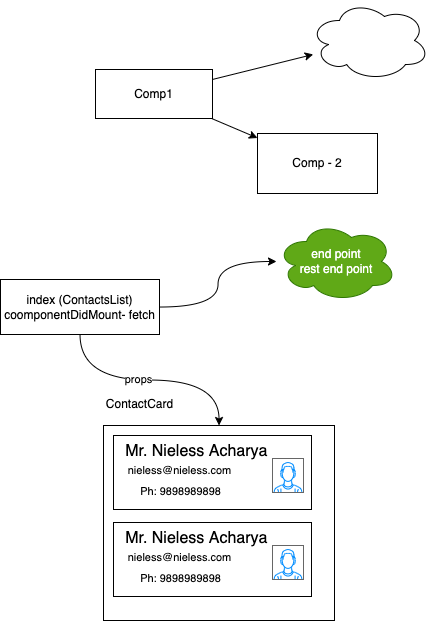
Above: images/day19.drawio.png in adithnaveen/2022-jul-asde-jfs-sapient (draw.io), before the change. Source tidied: cells renumbered, new cells last; positions are measured from the earlier drawing's top-left corner, leaving out a move shared by most shapes.
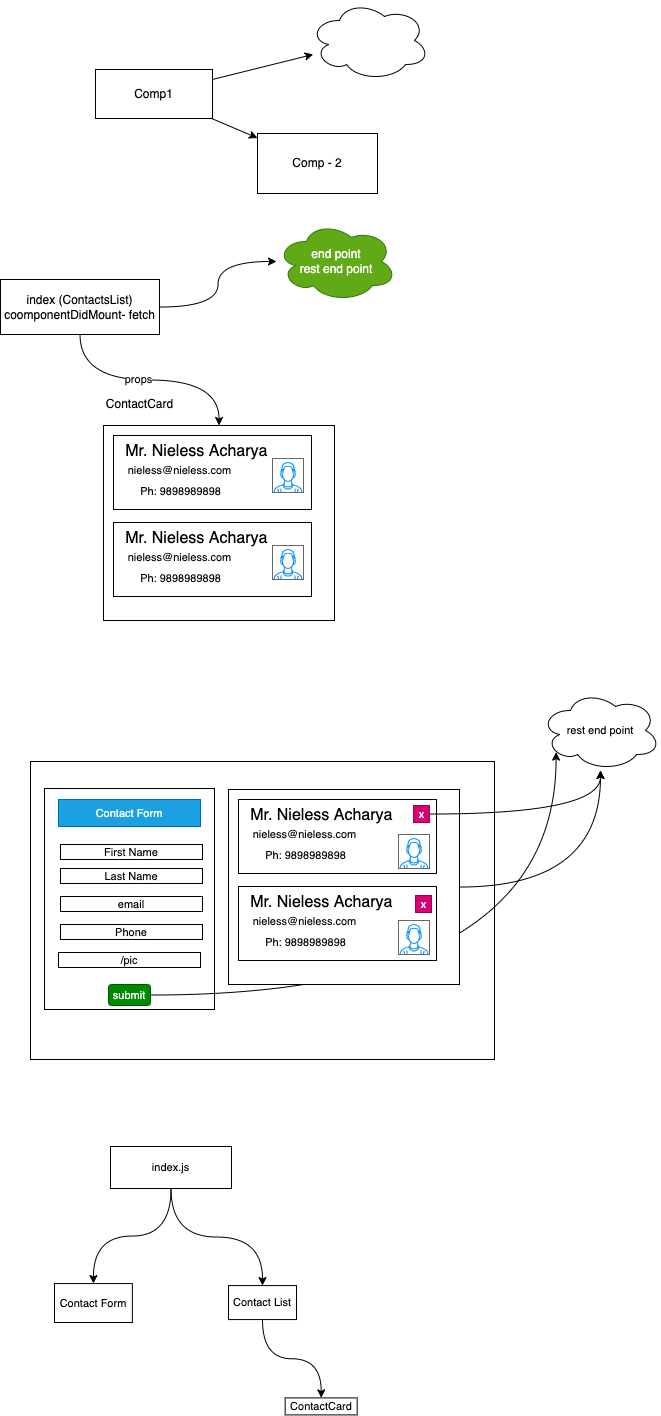
After the commit.

Diff of the diagram source:
```diff
@@ -68,5 +68,104 @@
     <mxCell id="23" style="verticalLabelPosition=bottom;shadow=0;dashed=0;align=center;html=1;verticalAlign=top;strokeWidth=1;shape=mxgraph.mockup.containers.userMale;strokeColor=#666666;strokeColor2=#008cff;fontSize=11;" parent="1" vertex="1">
       <mxGeometry x="272" y="545" width="31" height="34" as="geometry" />
     </mxCell>
+    <mxCell id="24" style="rounded=0;whiteSpace=wrap;html=1;fontSize=11;" parent="1" vertex="1">
+      <mxGeometry x="30" y="761" width="464" height="298" as="geometry" />
+    </mxCell>
+    <mxCell id="25" style="rounded=0;whiteSpace=wrap;html=1;fontSize=11;" parent="1" vertex="1">
+      <mxGeometry x="44" y="788" width="170" height="221" as="geometry" />
+    </mxCell>
+    <mxCell id="26" value="Contact Form" style="rounded=0;whiteSpace=wrap;html=1;fontSize=11;fillColor=#1ba1e2;fontColor=#ffffff;strokeColor=#006EAF;" parent="1" vertex="1">
+      <mxGeometry x="58" y="799" width="142" height="27" as="geometry" />
+    </mxCell>
+    <mxCell id="27" value="First Name" style="rounded=0;whiteSpace=wrap;html=1;fontSize=11;" parent="1" vertex="1">
+      <mxGeometry x="60" y="844" width="142" height="15" as="geometry" />
+    </mxCell>
+    <mxCell id="28" value="Last Name" style="rounded=0;whiteSpace=wrap;html=1;fontSize=11;" parent="1" vertex="1">
+      <mxGeometry x="60" y="868" width="142" height="15" as="geometry" />
+    </mxCell>
+    <mxCell id="29" value="email" style="rounded=0;whiteSpace=wrap;html=1;fontSize=11;" parent="1" vertex="1">
+      <mxGeometry x="60" y="896" width="142" height="15" as="geometry" />
+    </mxCell>
+    <mxCell id="30" value="Phone" style="rounded=0;whiteSpace=wrap;html=1;fontSize=11;" parent="1" vertex="1">
+      <mxGeometry x="60" y="924" width="142" height="15" as="geometry" />
+    </mxCell>
+    <mxCell id="31" value="/pic" style="rounded=0;whiteSpace=wrap;html=1;fontSize=11;" parent="1" vertex="1">
+      <mxGeometry x="58" y="952" width="142" height="15" as="geometry" />
+    </mxCell>
+    <mxCell id="32" style="edgeStyle=orthogonalEdgeStyle;curved=1;html=1;entryX=0.13;entryY=0.77;entryDx=0;entryDy=0;entryPerimeter=0;fontSize=11;" parent="1" edge="1" source="33" target="56">
+      <mxGeometry relative="1" as="geometry" />
+    </mxCell>
+    <mxCell id="33" value="submit" style="rounded=1;whiteSpace=wrap;html=1;fontSize=11;fillColor=#008a00;fontColor=#ffffff;strokeColor=#005700;" parent="1" vertex="1">
+      <mxGeometry x="108" y="984" width="42" height="21" as="geometry" />
+    </mxCell>
+    <mxCell id="34" style="edgeStyle=orthogonalEdgeStyle;curved=1;html=1;fontSize=11;" parent="1" edge="1" source="35" target="56">
+      <mxGeometry relative="1" as="geometry" />
+    </mxCell>
+    <mxCell id="35" style="rounded=0;whiteSpace=wrap;html=1;" parent="1" vertex="1">
+      <mxGeometry x="228" y="789" width="231" height="195" as="geometry" />
+    </mxCell>
+    <mxCell id="36" style="rounded=0;whiteSpace=wrap;html=1;" parent="1" vertex="1">
+      <mxGeometry x="238" y="799" width="198" height="74" as="geometry" />
+    </mxCell>
+    <mxCell id="37" value="&lt;font style=&quot;font-size: 16px&quot;&gt;Mr. Nieless Acharya&amp;nbsp;&lt;/font&gt;" style="text;html=1;align=center;verticalAlign=middle;strokeColor=none;fillColor=none;" parent="1" vertex="1">
+      <mxGeometry x="245" y="805" width="156" height="20" as="geometry" />
+    </mxCell>
+    <mxCell id="38" value="&lt;font style=&quot;font-size: 11px&quot;&gt;nieless@nieless.com&lt;/font&gt;" style="text;html=1;align=center;verticalAlign=middle;strokeColor=none;fillColor=none;" parent="1" vertex="1">
+      <mxGeometry x="247" y="825" width="114" height="18" as="geometry" />
+    </mxCell>
+    <mxCell id="39" value="&lt;font style=&quot;font-size: 11px&quot;&gt;Ph: 9898989898&lt;/font&gt;" style="text;html=1;align=center;verticalAlign=middle;strokeColor=none;fillColor=none;" parent="1" vertex="1">
+      <mxGeometry x="259" y="846" width="91" height="18" as="geometry" />
+    </mxCell>
+    <mxCell id="40" style="verticalLabelPosition=bottom;shadow=0;dashed=0;align=center;html=1;verticalAlign=top;strokeWidth=1;shape=mxgraph.mockup.containers.userMale;strokeColor=#666666;strokeColor2=#008cff;fontSize=11;" parent="1" vertex="1">
+      <mxGeometry x="398" y="834" width="31" height="34" as="geometry" />
+    </mxCell>
+    <mxCell id="41" style="rounded=0;whiteSpace=wrap;html=1;" parent="1" vertex="1">
+      <mxGeometry x="238" y="886" width="198" height="74" as="geometry" />
+    </mxCell>
+    <mxCell id="42" value="&lt;font style=&quot;font-size: 16px&quot;&gt;Mr. Nieless Acharya&amp;nbsp;&lt;/font&gt;" style="text;html=1;align=center;verticalAlign=middle;strokeColor=none;fillColor=none;" parent="1" vertex="1">
+      <mxGeometry x="245" y="892" width="156" height="20" as="geometry" />
+    </mxCell>
+    <mxCell id="43" value="&lt;font style=&quot;font-size: 11px&quot;&gt;nieless@nieless.com&lt;/font&gt;" style="text;html=1;align=center;verticalAlign=middle;strokeColor=none;fillColor=none;" parent="1" vertex="1">
+      <mxGeometry x="247" y="912" width="114" height="18" as="geometry" />
+    </mxCell>
+    <mxCell id="44" value="&lt;font style=&quot;font-size: 11px&quot;&gt;Ph: 9898989898&lt;/font&gt;" style="text;html=1;align=center;verticalAlign=middle;strokeColor=none;fillColor=none;" parent="1" vertex="1">
+      <mxGeometry x="259" y="933" width="91" height="18" as="geometry" />
+    </mxCell>
+    <mxCell id="45" style="verticalLabelPosition=bottom;shadow=0;dashed=0;align=center;html=1;verticalAlign=top;strokeWidth=1;shape=mxgraph.mockup.containers.userMale;strokeColor=#666666;strokeColor2=#008cff;fontSize=11;" parent="1" vertex="1">
+      <mxGeometry x="398" y="920" width="31" height="34" as="geometry" />
+    </mxCell>
+    <mxCell id="46" style="edgeStyle=orthogonalEdgeStyle;curved=1;html=1;fontSize=11;" parent="1" edge="1" source="47" target="56">
+      <mxGeometry relative="1" as="geometry" />
+    </mxCell>
+    <mxCell id="47" value="x" style="text;html=1;align=center;verticalAlign=middle;points=[];strokeColor=#A50040;fillColor=#d80073;fontSize=11;fontColor=#ffffff;" parent="1" vertex="1">
+      <mxGeometry x="413" y="805" width="16" height="17" as="geometry" />
+    </mxCell>
+    <mxCell id="48" value="x" style="text;html=1;align=center;verticalAlign=middle;strokeColor=#A50040;fillColor=#d80073;fontSize=11;fontColor=#ffffff;" parent="1" vertex="1">
+      <mxGeometry x="415" y="895" width="16" height="17" as="geometry" />
+    </mxCell>
+    <mxCell id="49" style="edgeStyle=orthogonalEdgeStyle;curved=1;html=1;fontSize=11;" parent="1" edge="1" source="51" target="52">
+      <mxGeometry relative="1" as="geometry" />
+    </mxCell>
+    <mxCell id="50" style="edgeStyle=orthogonalEdgeStyle;curved=1;html=1;fontSize=11;" parent="1" edge="1" source="51" target="54">
+      <mxGeometry relative="1" as="geometry" />
+    </mxCell>
+    <mxCell id="51" value="index.js" style="rounded=0;whiteSpace=wrap;html=1;fontSize=11;" parent="1" vertex="1">
+      <mxGeometry x="110" y="1146" width="121" height="42" as="geometry" />
+    </mxCell>
+    <mxCell id="52" value="Contact Form" style="rounded=0;whiteSpace=wrap;html=1;fontSize=11;" parent="1" vertex="1">
+      <mxGeometry x="54" y="1283.1" width="77.9" height="38.9" as="geometry" />
+    </mxCell>
+    <mxCell id="53" style="edgeStyle=orthogonalEdgeStyle;curved=1;html=1;fontSize=11;" parent="1" edge="1" source="54" target="55">
+      <mxGeometry relative="1" as="geometry" />
+    </mxCell>
+    <mxCell id="54" value="Contact List" style="rounded=0;whiteSpace=wrap;html=1;fontSize=11;" parent="1" vertex="1">
+      <mxGeometry x="228" y="1285.1" width="68" height="34" as="geometry" />
+    </mxCell>
+    <mxCell id="55" value="ContactCard" style="rounded=0;whiteSpace=wrap;html=1;fontSize=11;" parent="1" vertex="1">
+      <mxGeometry x="284.7" y="1397.4" width="72" height="17" as="geometry" />
+    </mxCell>
+    <mxCell id="56" value="rest end point" style="ellipse;shape=cloud;whiteSpace=wrap;html=1;fontSize=11;" parent="1" vertex="1">
+      <mxGeometry x="540" y="690" width="120" height="80" as="geometry" />
+    </mxCell>
   </root>
 </mxGraphModel>
```
